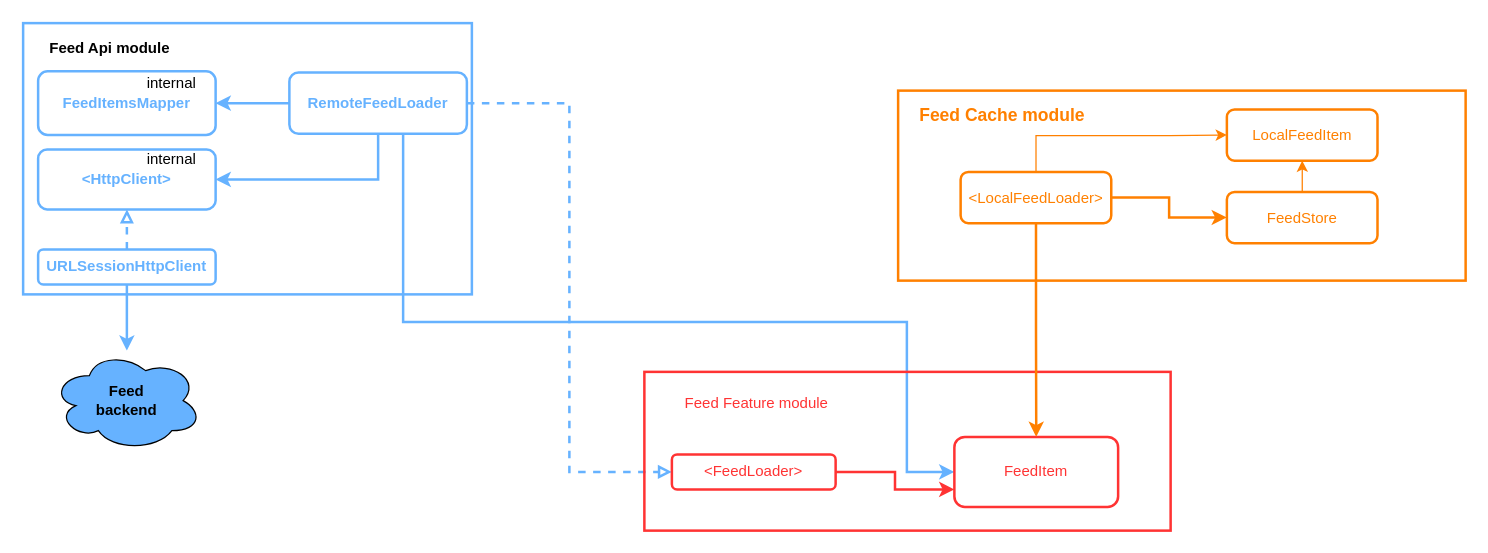
The draw.io diagram FeedAppDiagram.drawio in ispiryan/FeedApp, before the edit. Source tidied: cells renumbered, new cells numbered last; positions are measured from the earlier drawing's top-left corner, leaving out a move shared by most shapes. Both pictures are drawn from the tidied source at 125%, with x=0, y=0 at pixel (22, 22).
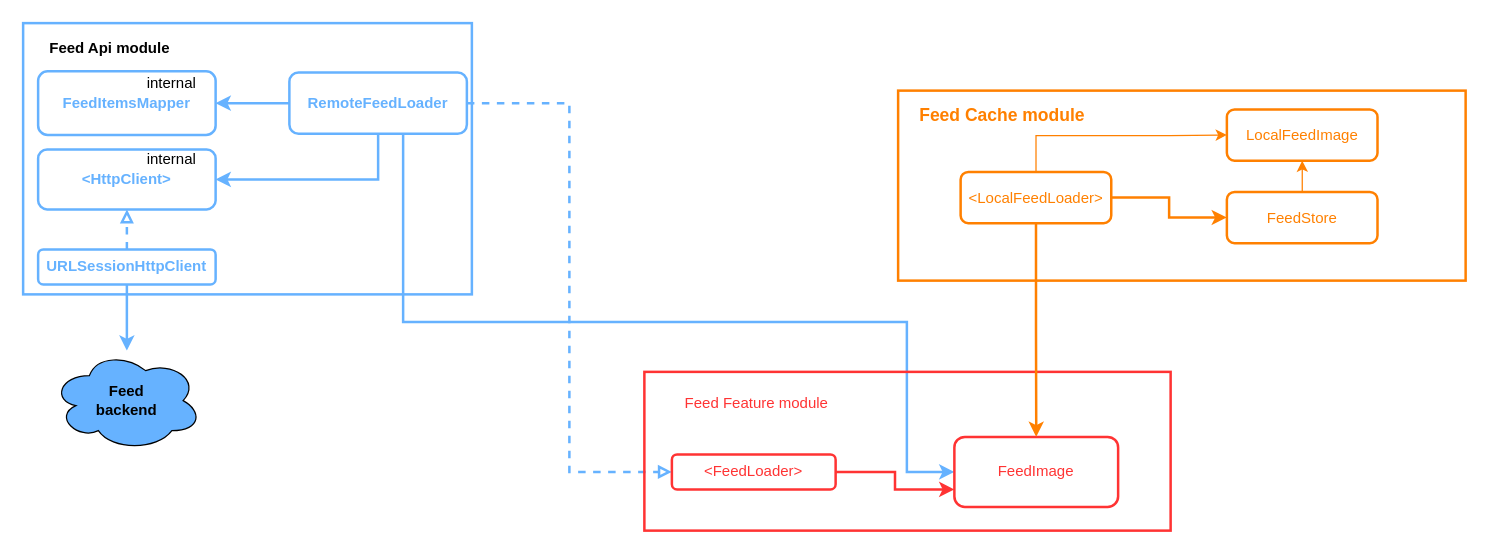
The same page after the edit.

The change refers to these unchanged cells:
```xml
<mxCell id="15" style="group;" parent="1" vertex="1">
  <mxGeometry x="497" y="279" width="421" height="127" as="geometry" />
</mxCell>
<mxCell id="22" style="group;" parent="21" vertex="1">
  <mxGeometry width="454" height="152" as="geometry" />
</mxCell>
```

What changed in the source:
```diff
@@
-    <mxCell id="19" value="FeedItem" style="rounded=1;whiteSpace=wrap;html=1;fontColor=#FF3333;strokeColor=#FF3333;strokeWidth=2;" parent="15" vertex="1">
+    <mxCell id="19" value="FeedImage" style="rounded=1;whiteSpace=wrap;html=1;fontColor=#FF3333;strokeColor=#FF3333;strokeWidth=2;" parent="15" vertex="1">
       <mxGeometry x="248" y="52" width="131" height="56" as="geometry" />
     </mxCell>
@@
-    <mxCell id="30" value="LocalFeedItem" style="rounded=1;whiteSpace=wrap;html=1;strokeColor=#FF8000;strokeWidth=2;fontColor=#FF8000;fillColor=none;" parent="22" vertex="1">
+    <mxCell id="30" value="LocalFeedImage" style="rounded=1;whiteSpace=wrap;html=1;strokeColor=#FF8000;strokeWidth=2;fontColor=#FF8000;fillColor=none;" parent="22" vertex="1">
       <mxGeometry x="263" y="15" width="120.5" height="41" as="geometry" />
     </mxCell>
```
